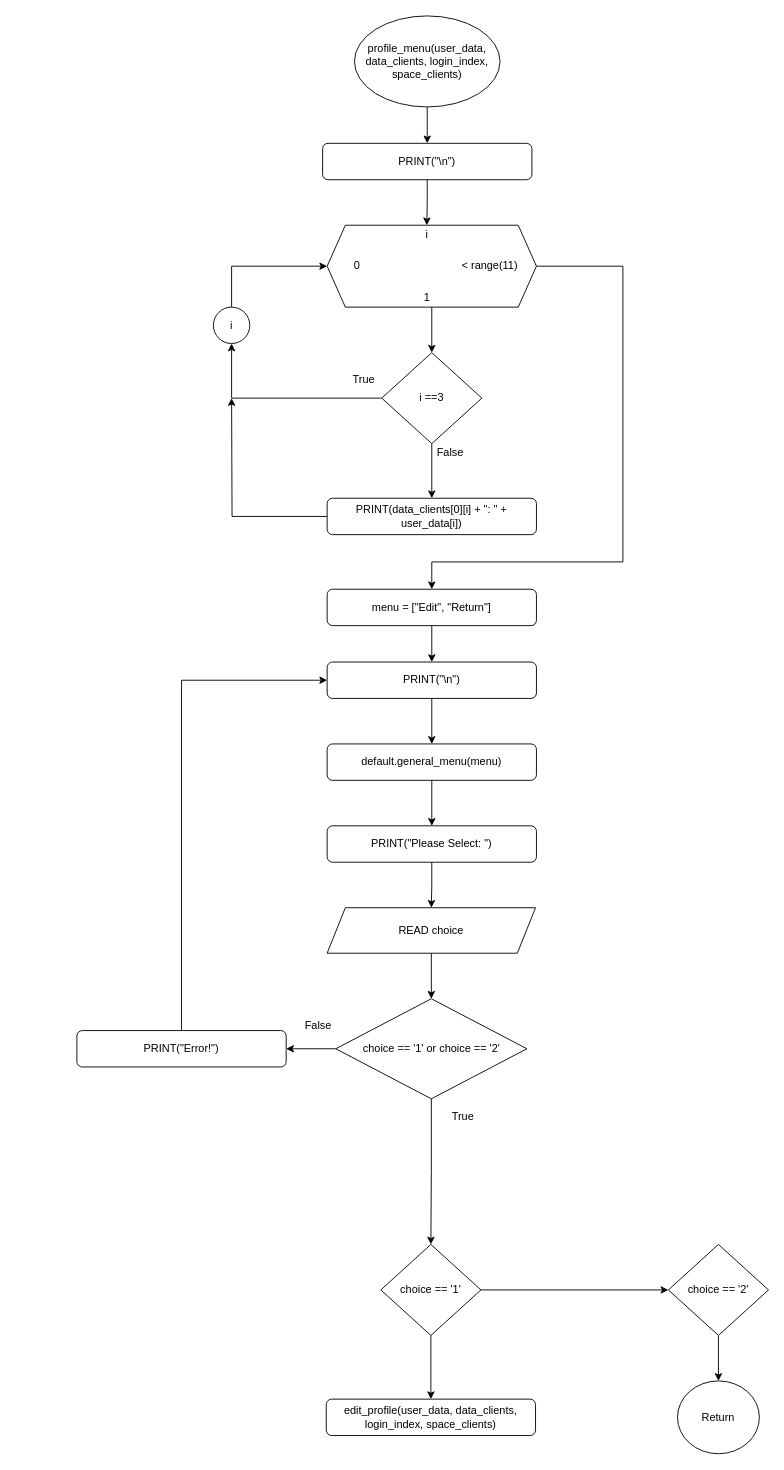
RabbitBear00/Car-Rental-System keeps this draw.io diagram as Flowchart/clients/profile_menu.drawio. Above is the earlier version. Source tidied: cells renumbered, new cells numbered last; positions are measured from the earlier drawing's top-left corner, leaving out a move shared by most shapes. Both pictures are drawn from the tidied source at 91%, with x=0, y=0 at pixel (76, 15).
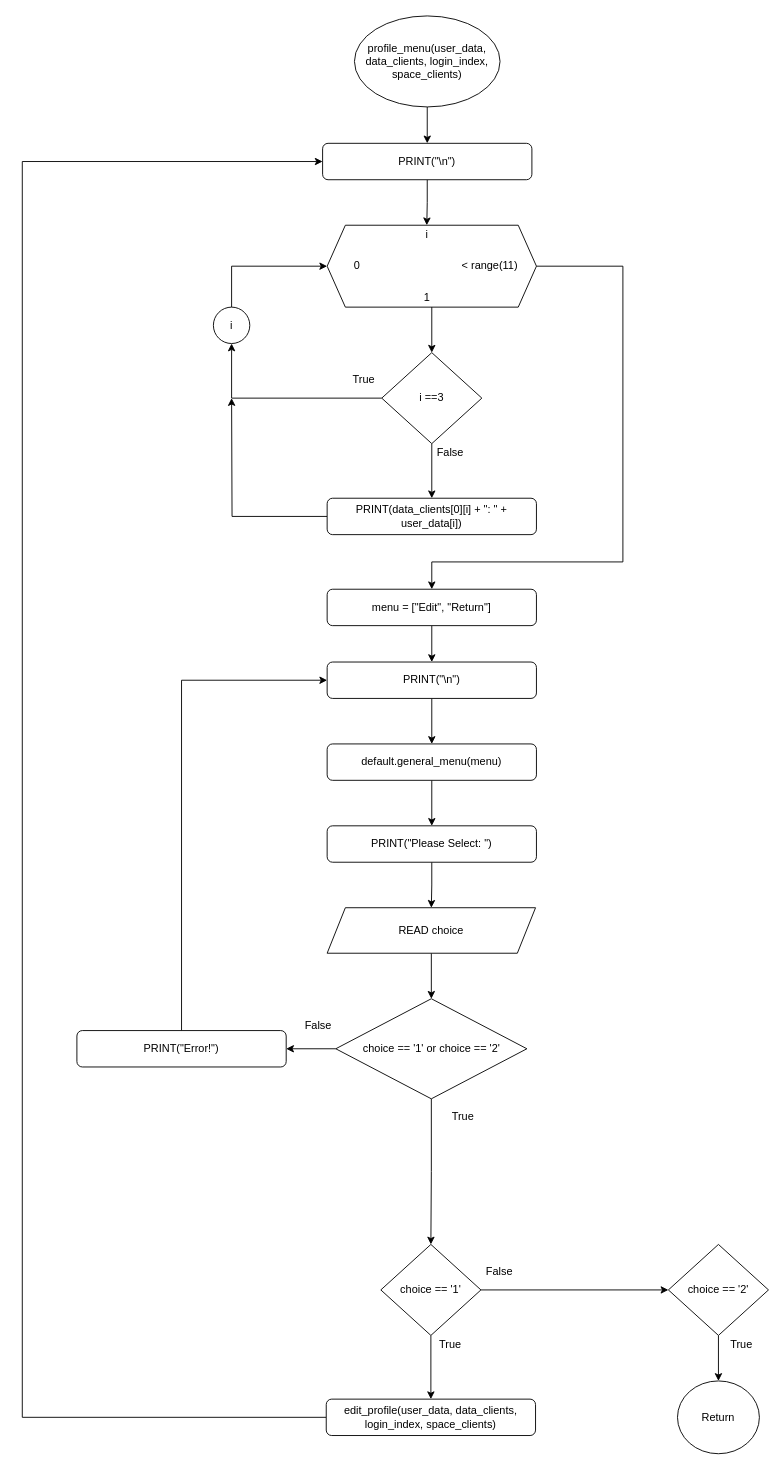
The same page after the edit.

Unchanged cells that the change refers to:
```xml
<mxCell id="11" value="PRINT(&quot;\n&quot;)" style="rounded=1;whiteSpace=wrap;html=1;" parent="1" vertex="1">
  <mxGeometry x="270" y="140" width="230" height="40" as="geometry" />
</mxCell>
<mxCell id="37" value="edit_profile(user_data, data_clients, login_index, space_clients)" style="rounded=1;whiteSpace=wrap;html=1;" parent="1" vertex="1">
  <mxGeometry x="274" y="1520" width="230" height="40" as="geometry" />
</mxCell>
```

What changed in the source:
```diff
@@
+    <mxCell id="47" style="edgeStyle=orthogonalEdgeStyle;rounded=0;jettySize=auto;html=1;entryX=0;entryY=0.5;entryDx=0;entryDy=0;" parent="1" edge="1" source="37" target="11">
+      <mxGeometry relative="1" as="geometry">
+        <Array as="points">
+          <mxPoint x="-60" y="1540" />
+          <mxPoint x="-60" y="160" />
+        </Array>
+      </mxGeometry>
+    </mxCell>
@@
+    <mxCell id="48" value="True" style="text;html=1;align=center;verticalAlign=middle;strokeColor=none;" parent="1" vertex="1">
+      <mxGeometry x="390" y="1450" width="40" height="20" as="geometry" />
+    </mxCell>
+    <mxCell id="49" value="False" style="text;html=1;align=center;verticalAlign=middle;strokeColor=none;" parent="1" vertex="1">
+      <mxGeometry x="444" y="1370" width="40" height="20" as="geometry" />
+    </mxCell>
+    <mxCell id="50" value="True" style="text;html=1;align=center;verticalAlign=middle;strokeColor=none;" parent="1" vertex="1">
+      <mxGeometry x="710" y="1450" width="40" height="20" as="geometry" />
+    </mxCell>
```
